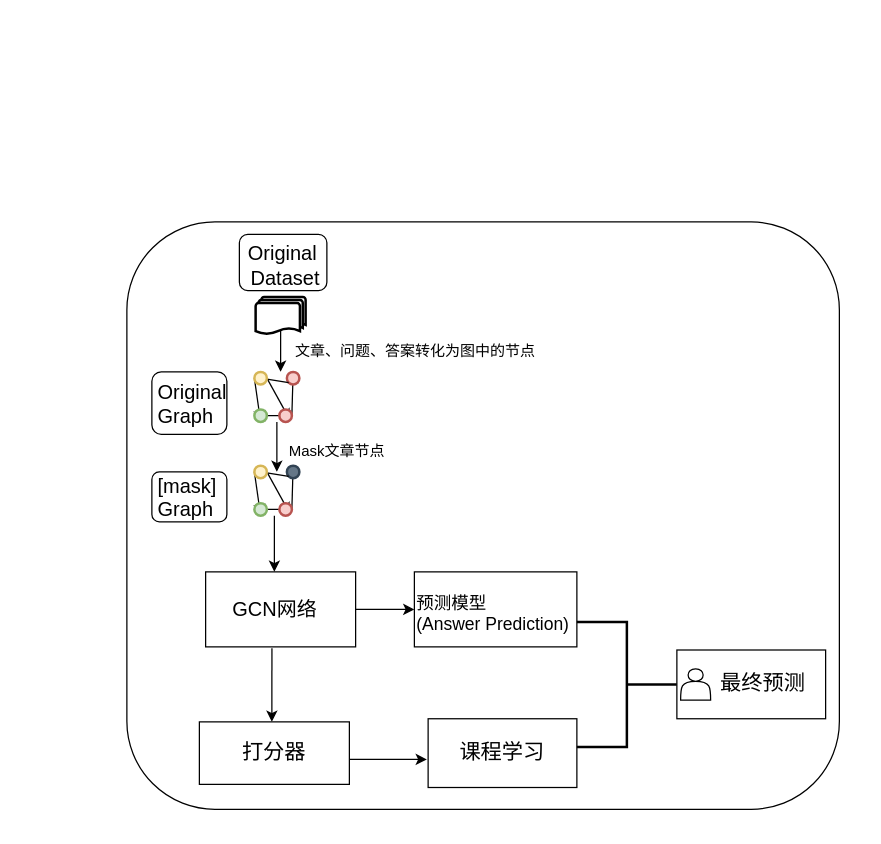
Earlier version of the draw.io diagram page "第 2 页" (2 of 2) of img/未命名绘图.drawio (Chenjingxue/ubiquitous-octo-garbanzo). Source tidied: cells renumbered, new cells numbered last; positions are measured from the earlier drawing's top-left corner, leaving out a move shared by most shapes. Both pictures are drawn from the tidied source at 125%, with x=0, y=0 at pixel (126, 221).
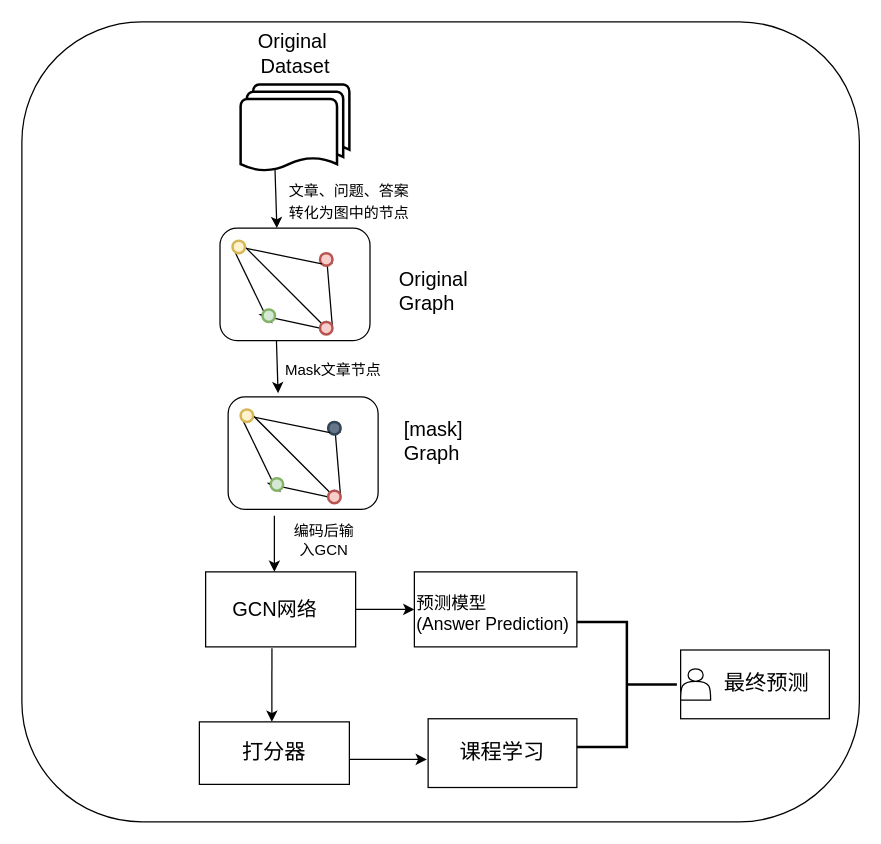
After the change.

The edit, as a diff of the source:
```diff
@@
     <mxCell id="2" style="rounded=1;whiteSpace=wrap;html=1;" parent="1" vertex="1">
-      <mxGeometry width="570" height="470" as="geometry" />
+      <mxGeometry x="-84" y="-160" width="670" height="640" as="geometry" />
     </mxCell>
@@
     <mxCell id="5" style="rounded=1;whiteSpace=wrap;html=1;" parent="1" vertex="1">
-      <mxGeometry x="20" y="200" width="60" height="40" as="geometry" />
+      <mxGeometry x="81" y="140" width="120" height="90" as="geometry" />
     </mxCell>
-    <mxCell id="6" style="rounded=1;whiteSpace=wrap;html=1;" parent="1" vertex="1">
-      <mxGeometry x="20" y="120" width="60" height="50" as="geometry" />
-    </mxCell>
-    <mxCell id="7" style="rounded=1;whiteSpace=wrap;html=1;" parent="1" vertex="1">
-      <mxGeometry x="90" y="10" width="70" height="45" as="geometry" />
-    </mxCell>
-    <mxCell id="8" style="edgeStyle=none;rounded=0;jettySize=auto;html=1;exitX=0.5;exitY=0.88;exitDx=0;exitDy=0;exitPerimeter=0;" parent="1" edge="1" source="9">
-      <mxGeometry relative="1" as="geometry">
-        <mxPoint x="123" y="120" as="targetPoint" />
-        <Array as="points">
-          <mxPoint x="123" y="100" />
-        </Array>
-      </mxGeometry>
-    </mxCell>
     <mxCell id="9" style="strokeWidth=2;html=1;shape=mxgraph.flowchart.multi-document;whiteSpace=wrap;" parent="1" vertex="1">
-      <mxGeometry x="103" y="60" width="40" height="30" as="geometry" />
+      <mxGeometry x="91" y="-110" width="87" height="70" as="geometry" />
     </mxCell>
-    <mxCell id="10" style="edgeStyle=none;rounded=0;jettySize=auto;html=1;exitX=1;exitY=0.5;exitDx=0;exitDy=0;exitPerimeter=0;entryX=0.855;entryY=0.855;entryDx=0;entryDy=0;entryPerimeter=0;spacingRight=0;" parent="1" edge="1" source="18" target="14">
-      <mxGeometry relative="1" as="geometry" />
-    </mxCell>
-    <mxCell id="11" style="edgeStyle=none;rounded=0;jettySize=auto;html=1;exitX=0;exitY=0.5;exitDx=0;exitDy=0;exitPerimeter=0;entryX=0.5;entryY=1;entryDx=0;entryDy=0;entryPerimeter=0;spacingRight=0;" parent="1" edge="1" source="18" target="15">
-      <mxGeometry relative="1" as="geometry" />
-    </mxCell>
-    <mxCell id="12" style="edgeStyle=none;rounded=0;jettySize=auto;html=1;exitX=1;exitY=0.5;exitDx=0;exitDy=0;exitPerimeter=0;entryX=0.5;entryY=0;entryDx=0;entryDy=0;entryPerimeter=0;" parent="1" edge="1" source="14" target="16">
-      <mxGeometry relative="1" as="geometry" />
-    </mxCell>
-    <mxCell id="13" style="edgeStyle=none;rounded=0;jettySize=auto;html=1;exitX=0;exitY=0.5;exitDx=0;exitDy=0;exitPerimeter=0;entryX=0;entryY=0.5;entryDx=0;entryDy=0;entryPerimeter=0;" parent="1" edge="1" source="14" target="15">
-      <mxGeometry relative="1" as="geometry" />
-    </mxCell>
-    <mxCell id="14" style="strokeWidth=2;html=1;shape=mxgraph.flowchart.start_2;whiteSpace=wrap;spacingRight=0;fillColor=#f8cecc;strokeColor=#b85450;" parent="1" vertex="1">
-      <mxGeometry x="122" y="150" width="10" height="10" as="geometry" />
-    </mxCell>
-    <mxCell id="15" style="strokeWidth=2;html=1;shape=mxgraph.flowchart.start_2;whiteSpace=wrap;spacingRight=0;fillColor=#d5e8d4;strokeColor=#82b366;" parent="1" vertex="1">
-      <mxGeometry x="102" y="150" width="10" height="10" as="geometry" />
-    </mxCell>
-    <mxCell id="16" style="strokeWidth=2;html=1;shape=mxgraph.flowchart.start_2;whiteSpace=wrap;spacingRight=0;fillColor=#f8cecc;strokeColor=#b85450;" parent="1" vertex="1">
-      <mxGeometry x="128" y="120" width="10" height="10" as="geometry" />
-    </mxCell>
-    <mxCell id="17" style="endArrow=none;html=1;rounded=0;entryX=0.145;entryY=0.855;entryDx=0;entryDy=0;entryPerimeter=0;spacingRight=0;" parent="1" edge="1" source="18" target="16">
-      <mxGeometry relative="1" as="geometry" />
-    </mxCell>
-    <mxCell id="18" style="strokeWidth=2;html=1;shape=mxgraph.flowchart.start_2;whiteSpace=wrap;spacingRight=0;fillColor=#fff2cc;strokeColor=#d6b656;" parent="1" vertex="1">
-      <mxGeometry x="102" y="120" width="10" height="10" as="geometry" />
-    </mxCell>
     <mxCell id="19" value="&lt;div style=&quot;font-size: 16px;&quot;&gt;Original&amp;nbsp;&lt;/div&gt;&lt;div style=&quot;font-size: 16px;&quot;&gt;Dataset&lt;/div&gt;" style="text;strokeColor=none;align=center;fillColor=none;html=1;verticalAlign=middle;whiteSpace=wrap;rounded=0;fontSize=16;" parent="1" vertex="1">
-      <mxGeometry x="42" y="20" width="170" height="30" as="geometry" />
+      <mxGeometry x="49.5" y="-150" width="170" height="30" as="geometry" />
     </mxCell>
     <mxCell id="20" value="Original&#10;Graph" style="text;whiteSpace=wrap;fontSize=16;" parent="1" vertex="1">
-      <mxGeometry x="23" y="120" width="70" height="40" as="geometry" />
+      <mxGeometry x="216" y="30" width="70" height="40" as="geometry" />
     </mxCell>
-    <mxCell id="21" value="文章、问题、答案转化为图中的节点" style="text;whiteSpace=wrap;html=1;" parent="1" vertex="1">
-      <mxGeometry x="133" y="90" width="230" height="40" as="geometry" />
+    <mxCell id="21" value="&lt;font style=&quot;font-size: 12px;&quot;&gt;文章、问题、答案&lt;br style=&quot;&quot;&gt;转化为图中的节点&lt;/font&gt;" style="text;whiteSpace=wrap;html=1;fontSize=14;" parent="1" vertex="1">
+      <mxGeometry x="128.2" y="-40" width="245.5" height="45" as="geometry" />
     </mxCell>
-    <mxCell id="22" style="endArrow=classic;html=1;rounded=0;" parent="1" edge="1">
+    <mxCell id="22" style="endArrow=classic;html=1;rounded=0;entryX=0.333;entryY=-0.033;entryDx=0;entryDy=0;entryPerimeter=0;" parent="1" edge="1" target="5">
       <mxGeometry relative="1" as="geometry">
-        <mxPoint x="120" y="160" as="sourcePoint" />
-        <mxPoint x="120" y="200" as="targetPoint" />
+        <mxPoint x="119.5" y="90" as="sourcePoint" />
       </mxGeometry>
     </mxCell>
@@
     <mxCell id="27" style="strokeWidth=2;html=1;shape=mxgraph.flowchart.start_2;whiteSpace=wrap;spacingRight=0;fillColor=#f8cecc;strokeColor=#b85450;" parent="1" vertex="1">
-      <mxGeometry x="122" y="225" width="10" height="10" as="geometry" />
+      <mxGeometry x="161" y="215" width="10" height="10" as="geometry" />
     </mxCell>
     <mxCell id="28" style="strokeWidth=2;html=1;shape=mxgraph.flowchart.start_2;whiteSpace=wrap;spacingRight=0;fillColor=#d5e8d4;strokeColor=#82b366;" parent="1" vertex="1">
-      <mxGeometry x="102" y="225" width="10" height="10" as="geometry" />
+      <mxGeometry x="115" y="205" width="10" height="10" as="geometry" />
     </mxCell>
     <mxCell id="29" style="strokeWidth=2;html=1;shape=mxgraph.flowchart.start_2;whiteSpace=wrap;spacingRight=0;fillColor=#647687;strokeColor=#314354;fontColor=#ffffff;" parent="1" vertex="1">
-      <mxGeometry x="128" y="195" width="10" height="10" as="geometry" />
+      <mxGeometry x="161" y="160" width="10" height="10" as="geometry" />
     </mxCell>
@@
     <mxCell id="31" style="strokeWidth=2;html=1;shape=mxgraph.flowchart.start_2;whiteSpace=wrap;spacingRight=0;fillColor=#fff2cc;strokeColor=#d6b656;" parent="1" vertex="1">
-      <mxGeometry x="102" y="195" width="10" height="10" as="geometry" />
+      <mxGeometry x="91" y="150" width="10" height="10" as="geometry" />
     </mxCell>
     <mxCell id="32" value="Mask文章节点" style="text;whiteSpace=wrap;html=1;" parent="1" vertex="1">
-      <mxGeometry x="128" y="170" width="110" height="40" as="geometry" />
+      <mxGeometry x="125" y="105" width="110" height="40" as="geometry" />
     </mxCell>
     <mxCell id="33" value="[mask] &lt;br&gt;Graph" style="text;whiteSpace=wrap;html=1;fontSize=16;" parent="1" vertex="1">
-      <mxGeometry x="23" y="195" width="110" height="40" as="geometry" />
+      <mxGeometry x="219.5" y="150" width="110" height="40" as="geometry" />
     </mxCell>
@@
     <mxCell id="44" value="&lt;span style=&quot;font-size: 17px;&quot;&gt;&amp;nbsp; &amp;nbsp; 最终预测&lt;/span&gt;" style="rounded=0;whiteSpace=wrap;html=1;" parent="1" vertex="1">
-      <mxGeometry x="440" y="342.5" width="119" height="55" as="geometry" />
+      <mxGeometry x="443" y="342.5" width="119" height="55" as="geometry" />
     </mxCell>
@@
+    <mxCell id="46" style="rounded=1;whiteSpace=wrap;html=1;" parent="1" vertex="1">
+      <mxGeometry x="74.5" y="5" width="120" height="90" as="geometry" />
+    </mxCell>
+    <mxCell id="47" style="edgeStyle=none;rounded=0;jettySize=auto;html=1;exitX=1;exitY=0.5;exitDx=0;exitDy=0;exitPerimeter=0;entryX=0.855;entryY=0.855;entryDx=0;entryDy=0;entryPerimeter=0;spacingRight=0;" parent="1" edge="1" source="55" target="51">
+      <mxGeometry relative="1" as="geometry" />
+    </mxCell>
+    <mxCell id="48" style="edgeStyle=none;rounded=0;jettySize=auto;html=1;exitX=0;exitY=0.5;exitDx=0;exitDy=0;exitPerimeter=0;entryX=0.5;entryY=1;entryDx=0;entryDy=0;entryPerimeter=0;spacingRight=0;" parent="1" edge="1" source="55" target="52">
+      <mxGeometry relative="1" as="geometry" />
+    </mxCell>
+    <mxCell id="49" style="edgeStyle=none;rounded=0;jettySize=auto;html=1;exitX=1;exitY=0.5;exitDx=0;exitDy=0;exitPerimeter=0;entryX=0.5;entryY=0;entryDx=0;entryDy=0;entryPerimeter=0;" parent="1" edge="1" source="51" target="53">
+      <mxGeometry relative="1" as="geometry" />
+    </mxCell>
+    <mxCell id="50" style="edgeStyle=none;rounded=0;jettySize=auto;html=1;exitX=0;exitY=0.5;exitDx=0;exitDy=0;exitPerimeter=0;entryX=0;entryY=0.5;entryDx=0;entryDy=0;entryPerimeter=0;" parent="1" edge="1" source="51" target="52">
+      <mxGeometry relative="1" as="geometry" />
+    </mxCell>
+    <mxCell id="51" style="strokeWidth=2;html=1;shape=mxgraph.flowchart.start_2;whiteSpace=wrap;spacingRight=0;fillColor=#f8cecc;strokeColor=#b85450;" parent="1" vertex="1">
+      <mxGeometry x="154.5" y="80" width="10" height="10" as="geometry" />
+    </mxCell>
+    <mxCell id="52" style="strokeWidth=2;html=1;shape=mxgraph.flowchart.start_2;whiteSpace=wrap;spacingRight=0;fillColor=#d5e8d4;strokeColor=#82b366;" parent="1" vertex="1">
+      <mxGeometry x="108.5" y="70" width="10" height="10" as="geometry" />
+    </mxCell>
+    <mxCell id="53" style="strokeWidth=2;html=1;shape=mxgraph.flowchart.start_2;whiteSpace=wrap;spacingRight=0;fillColor=#f8cecc;strokeColor=#b85450;" parent="1" vertex="1">
+      <mxGeometry x="154.5" y="25" width="10" height="10" as="geometry" />
+    </mxCell>
+    <mxCell id="54" style="endArrow=none;html=1;rounded=0;entryX=0.145;entryY=0.855;entryDx=0;entryDy=0;entryPerimeter=0;spacingRight=0;" parent="1" edge="1" source="55" target="53">
+      <mxGeometry relative="1" as="geometry" />
+    </mxCell>
+    <mxCell id="55" style="strokeWidth=2;html=1;shape=mxgraph.flowchart.start_2;whiteSpace=wrap;spacingRight=0;fillColor=#fff2cc;strokeColor=#d6b656;" parent="1" vertex="1">
+      <mxGeometry x="84.5" y="15" width="10" height="10" as="geometry" />
+    </mxCell>
+    <mxCell id="56" style="endArrow=classic;html=1;rounded=0;entryX=0.333;entryY=-0.033;entryDx=0;entryDy=0;entryPerimeter=0;" parent="1" edge="1">
+      <mxGeometry relative="1" as="geometry">
+        <mxPoint x="118.5" y="-42" as="sourcePoint" />
+        <mxPoint x="120" y="5" as="targetPoint" />
+      </mxGeometry>
+    </mxCell>
+    <mxCell id="57" value="编码后输入GCN" style="text;strokeColor=none;align=center;fillColor=none;html=1;verticalAlign=middle;whiteSpace=wrap;rounded=0;" parent="1" vertex="1">
+      <mxGeometry x="128.2" y="240" width="60" height="30" as="geometry" />
+    </mxCell>
```
